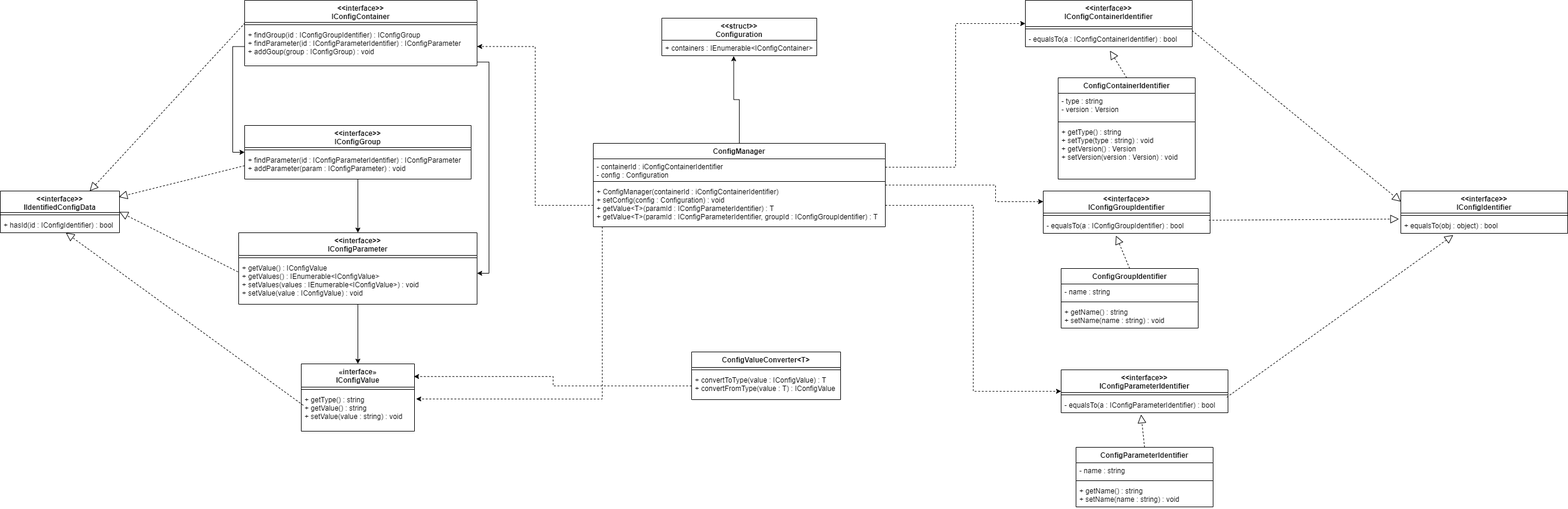
Earlier version of the draw.io export Pics/CommonDiagrams-ConfigDataPublic.png (hegyiadam/RemoteScraping). Source tidied: cells renumbered, new cells last; positions are measured from the earlier drawing's top-left corner, leaving out a move shared by most shapes.
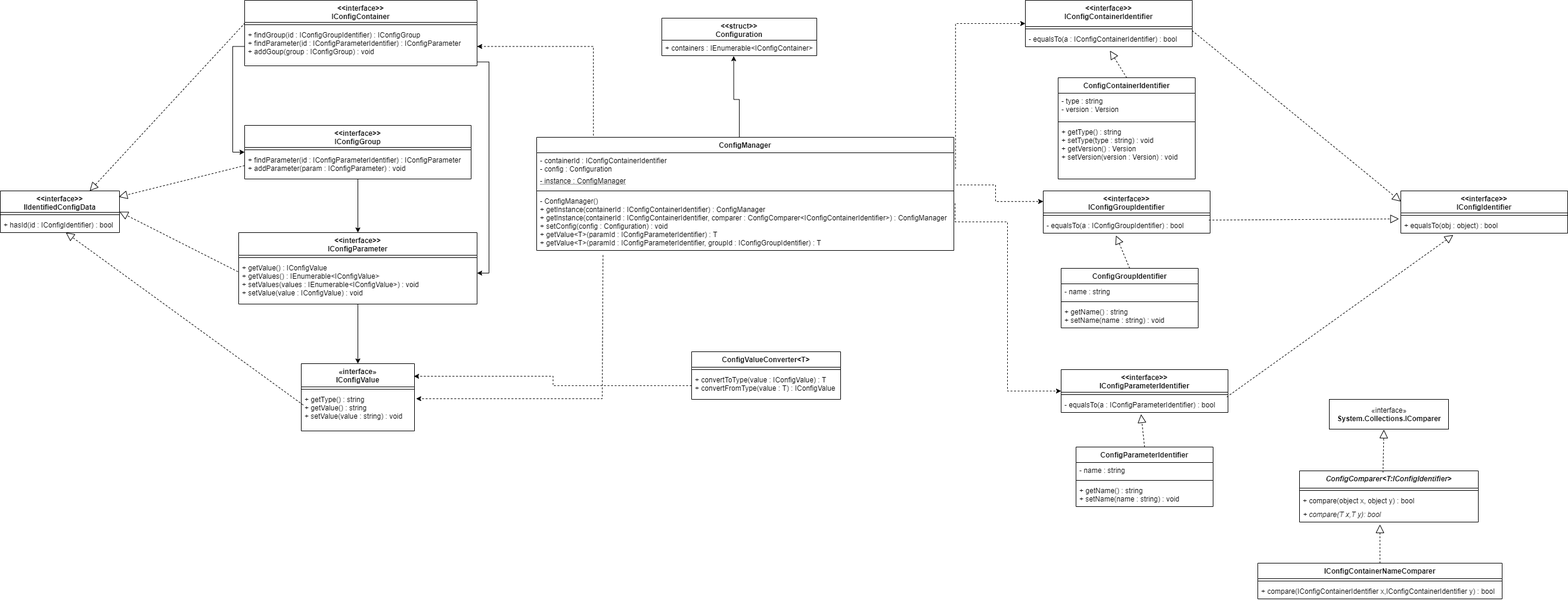
Above is the later version.

Commit message:
Config Data classes v3

Change to the diagram source:
```diff
@@ -177,17 +177,20 @@
     <mxCell id="57" value="+ convertToType(value : IConfigValue) : T&#10;+ convertFromType(value : T) : IConfigValue" style="text;strokeColor=none;fillColor=none;align=left;verticalAlign=top;spacingLeft=4;spacingRight=4;overflow=hidden;points=[[0,0.5],[1,0.5]];portConstraint=eastwest;" parent="55" vertex="1">
       <mxGeometry y="34" width="250" height="46" as="geometry" />
     </mxCell>
-    <mxCell id="58" style="edgeStyle=orthogonalEdgeStyle;rounded=0;jettySize=auto;html=1;entryX=0.464;entryY=1.023;entryDx=0;entryDy=0;entryPerimeter=0;endArrow=classic;endFill=1;" parent="1" edge="1" source="62" target="67">
-      <mxGeometry relative="1" as="geometry" />
+    <mxCell id="58" style="edgeStyle=orthogonalEdgeStyle;rounded=0;jettySize=auto;html=1;entryX=0.464;entryY=1.023;entryDx=0;entryDy=0;entryPerimeter=0;endArrow=classic;endFill=1;" parent="1" edge="1" target="63">
+      <mxGeometry relative="1" as="geometry">
+        <mxPoint x="1240" y="240" as="sourcePoint" />
+      </mxGeometry>
     </mxCell>
-    <mxCell id="59" style="edgeStyle=orthogonalEdgeStyle;rounded=0;jettySize=auto;html=1;entryX=1.014;entryY=0.18;entryDx=0;entryDy=0;entryPerimeter=0;endArrow=classic;endFill=1;dashed=1;" parent="1" edge="1" source="62" target="45">
+    <mxCell id="59" style="edgeStyle=orthogonalEdgeStyle;rounded=0;jettySize=auto;html=1;entryX=1.014;entryY=0.18;entryDx=0;entryDy=0;entryPerimeter=0;endArrow=classic;endFill=1;dashed=1;exitX=0.159;exitY=1.083;exitDx=0;exitDy=0;exitPerimeter=0;" parent="1" edge="1" source="71" target="45">
       <mxGeometry relative="1" as="geometry">
         <Array as="points">
+          <mxPoint x="1010" y="428" />
           <mxPoint x="1010" y="669" />
         </Array>
       </mxGeometry>
     </mxCell>
-    <mxCell id="60" style="edgeStyle=orthogonalEdgeStyle;rounded=0;jettySize=auto;html=1;entryX=0;entryY=0.25;entryDx=0;entryDy=0;dashed=1;endArrow=classic;endFill=1;" parent="1" edge="1" source="62" target="17">
+    <mxCell id="60" style="edgeStyle=orthogonalEdgeStyle;rounded=0;jettySize=auto;html=1;entryX=0;entryY=0.25;entryDx=0;entryDy=0;dashed=1;endArrow=classic;endFill=1;exitX=1.006;exitY=0.769;exitDx=0;exitDy=0;exitPerimeter=0;" parent="1" edge="1" source="69" target="17">
       <mxGeometry relative="1" as="geometry">
         <Array as="points">
           <mxPoint x="1670" y="310" />
@@ -195,40 +198,78 @@
         </Array>
       </mxGeometry>
     </mxCell>
-    <mxCell id="61" style="edgeStyle=orthogonalEdgeStyle;rounded=0;jettySize=auto;html=1;entryX=0;entryY=0.5;entryDx=0;entryDy=0;dashed=1;endArrow=classic;endFill=1;" parent="1" edge="1" source="62" target="10">
+    <mxCell id="61" style="edgeStyle=orthogonalEdgeStyle;rounded=0;jettySize=auto;html=1;entryX=0;entryY=0.5;entryDx=0;entryDy=0;dashed=1;endArrow=classic;endFill=1;exitX=1.004;exitY=-0.269;exitDx=0;exitDy=0;exitPerimeter=0;" parent="1" edge="1" source="69" target="10">
       <mxGeometry relative="1" as="geometry">
         <Array as="points">
-          <mxPoint x="1603" y="280" />
           <mxPoint x="1603" y="39" />
         </Array>
       </mxGeometry>
     </mxCell>
-    <mxCell id="62" value="ConfigManager" style="swimlane;fontStyle=1;align=center;verticalAlign=top;horizontal=1;startSize=26;" parent="1" vertex="1">
-      <mxGeometry x="995" y="240" width="490" height="140" as="geometry" />
+    <mxCell id="62" value="&lt;&lt;struct&gt;&gt;&#10;Configuration" style="swimlane;fontStyle=1;align=center;verticalAlign=top;horizontal=1;startSize=37;" parent="1" vertex="1">
+      <mxGeometry x="1110" y="30" width="260" height="63" as="geometry" />
     </mxCell>
-    <mxCell id="63" value="- containerId : iConfigContainerIdentifier&#10;- config : Configuration" style="text;strokeColor=none;fillColor=none;align=left;verticalAlign=top;spacingLeft=4;spacingRight=4;overflow=hidden;points=[[0,0.5],[1,0.5]];portConstraint=eastwest;" parent="62" vertex="1">
-      <mxGeometry y="26" width="490" height="34" as="geometry" />
+    <mxCell id="63" value="+ containers : IEnumerable&lt;IConfigContainer&gt;" style="text;strokeColor=none;fillColor=none;align=left;verticalAlign=top;spacingLeft=4;spacingRight=4;overflow=hidden;points=[[0,0.5],[1,0.5]];portConstraint=eastwest;" parent="62" vertex="1">
+      <mxGeometry y="37" width="260" height="26" as="geometry" />
     </mxCell>
-    <mxCell id="64" style="line;strokeWidth=1;fillColor=none;align=left;verticalAlign=middle;spacingTop=-1;spacingLeft=3;spacingRight=3;labelPosition=right;" parent="62" vertex="1">
-      <mxGeometry y="60" width="490" height="8" as="geometry" />
+    <mxCell id="64" style="edgeStyle=orthogonalEdgeStyle;rounded=0;jettySize=auto;html=1;entryX=1;entryY=0.5;entryDx=0;entryDy=0;endArrow=classic;endFill=1;dashed=1;exitX=0.136;exitY=0.016;exitDx=0;exitDy=0;exitPerimeter=0;" parent="1" edge="1" source="67" target="34">
+      <mxGeometry relative="1" as="geometry" />
     </mxCell>
-    <mxCell id="65" value="+ ConfigManager(containerId : iConfigContainerIdentifier)&#10;+ setConfig(config : Configuration) : void&#10;+ getValue&lt;T&gt;(paramId : IConfigParameterIdentifier) : T&#10;+ getValue&lt;T&gt;(paramId : IConfigParameterIdentifier, groupId : IConfigGroupIdentifier) : T" style="text;strokeColor=none;fillColor=none;align=left;verticalAlign=top;spacingLeft=4;spacingRight=4;overflow=hidden;points=[[0,0.5],[1,0.5]];portConstraint=eastwest;" parent="62" vertex="1">
-      <mxGeometry y="68" width="490" height="72" as="geometry" />
+    <mxCell id="65" style="edgeStyle=orthogonalEdgeStyle;rounded=0;jettySize=auto;html=1;entryX=0;entryY=0.5;entryDx=0;entryDy=0;dashed=1;endArrow=classic;endFill=1;exitX=1.003;exitY=0.177;exitDx=0;exitDy=0;exitPerimeter=0;" parent="1" edge="1" source="71" target="6">
+      <mxGeometry relative="1" as="geometry">
+        <Array as="points">
+          <mxPoint x="1602" y="372" />
+          <mxPoint x="1690" y="372" />
+          <mxPoint x="1690" y="656" />
+        </Array>
+      </mxGeometry>
     </mxCell>
-    <mxCell id="66" value="&lt;&lt;struct&gt;&gt;&#10;Configuration" style="swimlane;fontStyle=1;align=center;verticalAlign=top;horizontal=1;startSize=37;" parent="1" vertex="1">
-      <mxGeometry x="1110" y="30" width="260" height="63" as="geometry" />
+    <mxCell id="66" style="edgeStyle=orthogonalEdgeStyle;rounded=0;jettySize=auto;html=1;entryX=0.995;entryY=0.188;entryDx=0;entryDy=0;entryPerimeter=0;dashed=1;endArrow=classic;endFill=1;" parent="1" edge="1" source="57" target="43">
+      <mxGeometry relative="1" as="geometry" />
     </mxCell>
-    <mxCell id="67" value="+ containers : IEnumerable&lt;IConfigContainer&gt;" style="text;strokeColor=none;fillColor=none;align=left;verticalAlign=top;spacingLeft=4;spacingRight=4;overflow=hidden;points=[[0,0.5],[1,0.5]];portConstraint=eastwest;" parent="66" vertex="1">
-      <mxGeometry y="37" width="260" height="26" as="geometry" />
+    <mxCell id="67" value="ConfigManager" style="swimlane;fontStyle=1;align=center;verticalAlign=top;horizontal=1;startSize=26;" parent="1" vertex="1">
+      <mxGeometry x="900" y="230" width="700" height="190" as="geometry" />
     </mxCell>
-    <mxCell id="68" style="edgeStyle=orthogonalEdgeStyle;rounded=0;jettySize=auto;html=1;entryX=1;entryY=0.5;entryDx=0;entryDy=0;endArrow=classic;endFill=1;dashed=1;" parent="1" edge="1" source="65" target="34">
-      <mxGeometry relative="1" as="geometry" />
+    <mxCell id="68" value="- containerId : IConfigContainerIdentifier&#10;- config : Configuration" style="text;strokeColor=none;fillColor=none;align=left;verticalAlign=top;spacingLeft=4;spacingRight=4;overflow=hidden;fontStyle=0;" parent="67" vertex="1">
+      <mxGeometry y="26" width="700" height="34" as="geometry" />
     </mxCell>
-    <mxCell id="69" style="edgeStyle=orthogonalEdgeStyle;rounded=0;jettySize=auto;html=1;entryX=0;entryY=0.5;entryDx=0;entryDy=0;dashed=1;endArrow=classic;endFill=1;" parent="1" edge="1" source="65" target="6">
-      <mxGeometry relative="1" as="geometry" />
+    <mxCell id="69" value="- instance : ConfigManager" style="text;strokeColor=none;fillColor=none;align=left;verticalAlign=top;spacingLeft=4;spacingRight=4;overflow=hidden;points=[[0,0.5],[1,0.5]];portConstraint=eastwest;fontStyle=4;" parent="67" vertex="1">
+      <mxGeometry y="60" width="700" height="26" as="geometry" />
     </mxCell>
-    <mxCell id="70" style="edgeStyle=orthogonalEdgeStyle;rounded=0;jettySize=auto;html=1;entryX=0.995;entryY=0.188;entryDx=0;entryDy=0;entryPerimeter=0;dashed=1;endArrow=classic;endFill=1;" parent="1" edge="1" source="57" target="43">
-      <mxGeometry relative="1" as="geometry" />
+    <mxCell id="70" style="line;strokeWidth=1;fillColor=none;align=left;verticalAlign=middle;spacingTop=-1;spacingLeft=3;spacingRight=3;labelPosition=right;" parent="67" vertex="1">
+      <mxGeometry y="86" width="700" height="8" as="geometry" />
     </mxCell>
+    <mxCell id="71" value="- ConfigManager()&#10;+ getInstance(containerId : IConfigContainerIdentifier) : ConfigManager&#10;+ getInstance(containerId : IConfigContainerIdentifier, comparer : ConfigComparer&lt;IConfigContainerIdentifier&gt;) : ConfigManager&#10;+ setConfig(config : Configuration) : void&#10;+ getValue&lt;T&gt;(paramId : IConfigParameterIdentifier) : T&#10;+ getValue&lt;T&gt;(paramId : IConfigParameterIdentifier, groupId : IConfigGroupIdentifier) : T" style="text;strokeColor=none;fillColor=none;align=left;verticalAlign=top;spacingLeft=4;spacingRight=4;overflow=hidden;points=[[0,0.5],[1,0.5]];portConstraint=eastwest;" parent="67" vertex="1">
+      <mxGeometry y="94" width="700" height="96" as="geometry" />
+    </mxCell>
+    <mxCell id="72" value="«interface»&lt;br&gt;&lt;b&gt;System.Collections.IComparer&lt;/b&gt;" style="html=1;" parent="1" vertex="1">
+      <mxGeometry x="2230" y="670" width="200" height="50" as="geometry" />
+    </mxCell>
+    <mxCell id="73" value="ConfigComparer&lt;T:IConfigIdentifier&gt;" style="swimlane;fontStyle=3;align=center;verticalAlign=top;horizontal=1;startSize=29;" parent="1" vertex="1">
+      <mxGeometry x="2180" y="790" width="300" height="86" as="geometry" />
+    </mxCell>
+    <mxCell id="74" style="line;strokeWidth=1;fillColor=none;align=left;verticalAlign=middle;spacingTop=-1;spacingLeft=3;spacingRight=3;labelPosition=right;" parent="73" vertex="1">
+      <mxGeometry y="29" width="300" height="8" as="geometry" />
+    </mxCell>
+    <mxCell id="75" value="+ compare(object x, object y) : bool" style="text;strokeColor=none;fillColor=none;align=left;verticalAlign=top;spacingLeft=4;spacingRight=4;overflow=hidden;fontStyle=0;" parent="73" vertex="1">
+      <mxGeometry y="37" width="300" height="23" as="geometry" />
+    </mxCell>
+    <mxCell id="76" value="+ compare(T x,T y): bool" style="text;strokeColor=none;fillColor=none;align=left;verticalAlign=top;spacingLeft=4;spacingRight=4;overflow=hidden;points=[[0,0.5],[1,0.5]];portConstraint=eastwest;fontStyle=2;" parent="73" vertex="1">
+      <mxGeometry y="60" width="300" height="26" as="geometry" />
+    </mxCell>
+    <mxCell id="77" style="endArrow=block;dashed=1;endFill=0;endSize=12;html=1;exitX=0.467;exitY=0.033;exitDx=0;exitDy=0;exitPerimeter=0;entryX=0.458;entryY=1.017;entryDx=0;entryDy=0;entryPerimeter=0;" parent="1" edge="1" source="73" target="72">
+      <mxGeometry relative="1" as="geometry" />
+    </mxCell>
+    <mxCell id="78" value="IConfigContainerNameComparer" style="swimlane;fontStyle=1;align=center;verticalAlign=top;horizontal=1;startSize=26;" parent="1" vertex="1">
+      <mxGeometry x="2110" y="945" width="410" height="60" as="geometry" />
+    </mxCell>
+    <mxCell id="79" style="line;strokeWidth=1;fillColor=none;align=left;verticalAlign=middle;spacingTop=-1;spacingLeft=3;spacingRight=3;labelPosition=right;" parent="78" vertex="1">
+      <mxGeometry y="26" width="410" height="8" as="geometry" />
+    </mxCell>
+    <mxCell id="80" value="+ compare(IConfigContainerIdentifier x,IConfigContainerIdentifier y) : bool" style="text;strokeColor=none;fillColor=none;align=left;verticalAlign=top;spacingLeft=4;spacingRight=4;overflow=hidden;" parent="78" vertex="1">
+      <mxGeometry y="34" width="410" height="26" as="geometry" />
+    </mxCell>
+    <mxCell id="81" style="endArrow=block;dashed=1;endFill=0;endSize=12;html=1;exitX=0.5;exitY=0;exitDx=0;exitDy=0;entryX=0.45;entryY=1.154;entryDx=0;entryDy=0;entryPerimeter=0;" parent="1" edge="1" source="78" target="76">
+      <mxGeometry relative="1" as="geometry" />
+    </mxCell>
   </root>
 </mxGraphModel>
```
